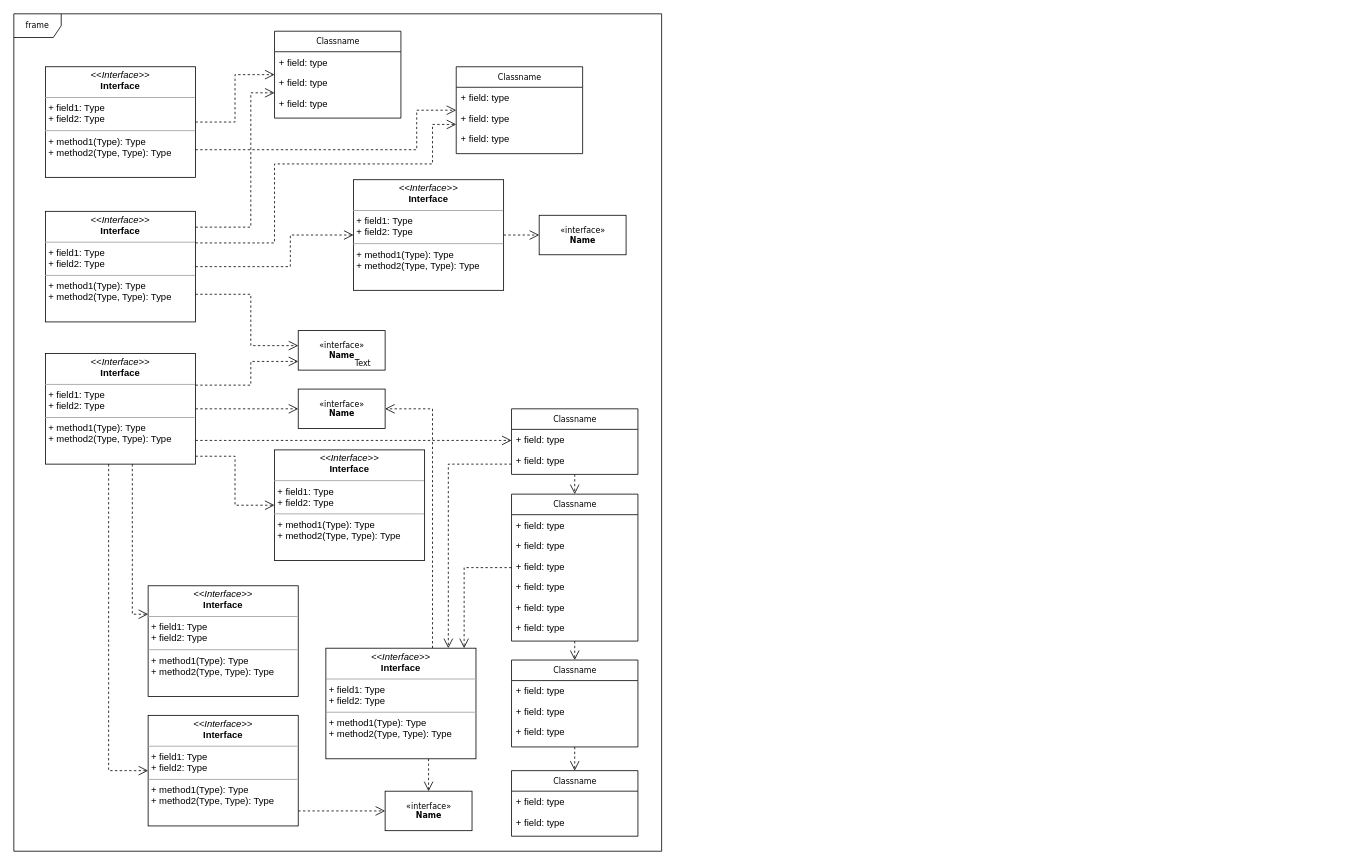
Above: Classdiagram.drawio in dnjsrl132/barogrim (draw.io), before the change. Source tidied: cells renumbered, new cells numbered last; positions are measured from the earlier drawing's top-left corner, leaving out a move shared by most shapes. Both pictures are drawn from the tidied source at 79%, with x=0, y=0 at pixel (13, 13).
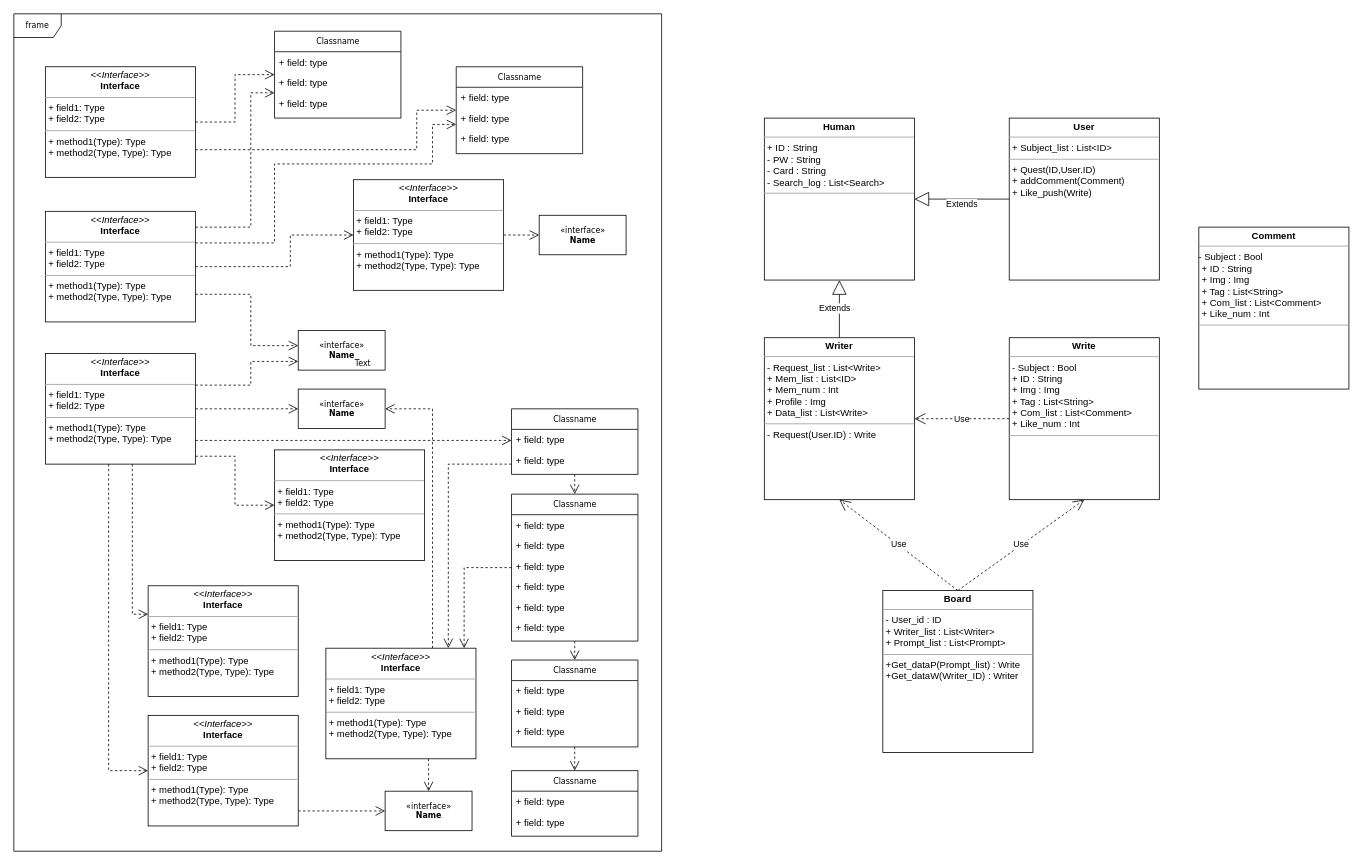
Above is the later version.

Diff of the diagram source:
```diff
@@
+    <mxCell id="62" value="&lt;p style=&quot;margin:0px;margin-top:4px;text-align:center;&quot;&gt;&lt;b&gt;Human&lt;/b&gt;&lt;/p&gt;&lt;hr size=&quot;1&quot;&gt;&lt;p style=&quot;margin:0px;margin-left:4px;&quot;&gt;&lt;span style=&quot;background-color: initial;&quot;&gt;+ ID : String&lt;/span&gt;&lt;br&gt;&lt;/p&gt;&lt;p style=&quot;margin:0px;margin-left:4px;&quot;&gt;- PW : String&lt;/p&gt;&lt;p style=&quot;margin:0px;margin-left:4px;&quot;&gt;- Card : String&lt;/p&gt;&lt;p style=&quot;margin:0px;margin-left:4px;&quot;&gt;- Search_log : List&amp;lt;Search&amp;gt;&lt;/p&gt;&lt;hr size=&quot;1&quot;&gt;&lt;p style=&quot;margin:0px;margin-left:4px;&quot;&gt;&lt;br&gt;&lt;/p&gt;" style="verticalAlign=top;align=left;overflow=fill;fontSize=12;fontFamily=Helvetica;html=1;rounded=0;shadow=0;comic=0;labelBackgroundColor=none;strokeWidth=1;" parent="1" vertex="1">
+      <mxGeometry x="950" y="132" width="190" height="205" as="geometry" />
+    </mxCell>
+    <mxCell id="63" value="&lt;p style=&quot;margin:0px;margin-top:4px;text-align:center;&quot;&gt;&lt;b&gt;User&lt;/b&gt;&lt;/p&gt;&lt;hr size=&quot;1&quot;&gt;&lt;p style=&quot;margin:0px;margin-left:4px;&quot;&gt;&lt;span style=&quot;background-color: initial;&quot;&gt;+ Subject_list : List&amp;lt;ID&amp;gt;&lt;/span&gt;&lt;br&gt;&lt;/p&gt;&lt;hr size=&quot;1&quot;&gt;&lt;p style=&quot;margin:0px;margin-left:4px;&quot;&gt;+ Quest(ID,User.ID)&lt;/p&gt;&lt;p style=&quot;margin:0px;margin-left:4px;&quot;&gt;+ addComment(Comment)&lt;/p&gt;&lt;p style=&quot;margin:0px;margin-left:4px;&quot;&gt;+ Like_push(Write)&lt;/p&gt;&lt;p style=&quot;margin:0px;margin-left:4px;&quot;&gt;&lt;br&gt;&lt;/p&gt;" style="verticalAlign=top;align=left;overflow=fill;fontSize=12;fontFamily=Helvetica;html=1;rounded=0;shadow=0;comic=0;labelBackgroundColor=none;strokeWidth=1;" parent="1" vertex="1">
+      <mxGeometry x="1260" y="132" width="190" height="205" as="geometry" />
+    </mxCell>
+    <mxCell id="64" value="&lt;p style=&quot;margin:0px;margin-top:4px;text-align:center;&quot;&gt;&lt;b&gt;Writer&lt;/b&gt;&lt;/p&gt;&lt;hr size=&quot;1&quot;&gt;&lt;p style=&quot;margin:0px;margin-left:4px;&quot;&gt;&lt;span style=&quot;background-color: initial;&quot;&gt;- Request_list : List&amp;lt;Write&amp;gt;&lt;/span&gt;&lt;/p&gt;&lt;p style=&quot;margin:0px;margin-left:4px;&quot;&gt;&lt;span style=&quot;background-color: initial;&quot;&gt;+ Mem_list : List&amp;lt;ID&amp;gt;&lt;/span&gt;&lt;/p&gt;&lt;p style=&quot;margin:0px;margin-left:4px;&quot;&gt;&lt;span style=&quot;background-color: initial;&quot;&gt;+ Mem_num : Int&lt;/span&gt;&lt;/p&gt;&lt;p style=&quot;margin:0px;margin-left:4px;&quot;&gt;&lt;span style=&quot;background-color: initial;&quot;&gt;+ Profile : Img&lt;/span&gt;&lt;/p&gt;&lt;p style=&quot;margin:0px;margin-left:4px;&quot;&gt;&lt;span style=&quot;background-color: initial;&quot;&gt;+ Data_list : List&amp;lt;Write&amp;gt;&lt;/span&gt;&lt;/p&gt;&lt;hr size=&quot;1&quot;&gt;&lt;p style=&quot;margin:0px;margin-left:4px;&quot;&gt;- Request(User.ID) : Write&lt;/p&gt;&lt;p style=&quot;margin:0px;margin-left:4px;&quot;&gt;&lt;br&gt;&lt;/p&gt;&lt;p style=&quot;margin:0px;margin-left:4px;&quot;&gt;&lt;br&gt;&lt;/p&gt;" style="verticalAlign=top;align=left;overflow=fill;fontSize=12;fontFamily=Helvetica;html=1;rounded=0;shadow=0;comic=0;labelBackgroundColor=none;strokeWidth=1;" parent="1" vertex="1">
+      <mxGeometry x="950" y="410" width="190" height="205" as="geometry" />
+    </mxCell>
+    <mxCell id="65" value="&lt;p style=&quot;margin:0px;margin-top:4px;text-align:center;&quot;&gt;&lt;b&gt;Write&lt;/b&gt;&lt;/p&gt;&lt;hr size=&quot;1&quot;&gt;&lt;p style=&quot;margin:0px;margin-left:4px;&quot;&gt;&lt;span style=&quot;background-color: initial;&quot;&gt;- Subject : Bool&lt;/span&gt;&lt;/p&gt;&lt;p style=&quot;margin:0px;margin-left:4px;&quot;&gt;&lt;span style=&quot;background-color: initial;&quot;&gt;+ ID : String&lt;/span&gt;&lt;/p&gt;&lt;p style=&quot;margin:0px;margin-left:4px;&quot;&gt;+ Img : Img&lt;/p&gt;&lt;p style=&quot;margin:0px;margin-left:4px;&quot;&gt;+ Tag : List&amp;lt;String&amp;gt;&lt;/p&gt;&lt;p style=&quot;margin:0px;margin-left:4px;&quot;&gt;+ Com_list : List&amp;lt;Comment&amp;gt;&lt;/p&gt;&lt;p style=&quot;margin:0px;margin-left:4px;&quot;&gt;+ Like_num : Int&lt;br&gt;&lt;/p&gt;&lt;hr size=&quot;1&quot;&gt;&lt;p style=&quot;margin:0px;margin-left:4px;&quot;&gt;&lt;br&gt;&lt;/p&gt;" style="verticalAlign=top;align=left;overflow=fill;fontSize=12;fontFamily=Helvetica;html=1;rounded=0;shadow=0;comic=0;labelBackgroundColor=none;strokeWidth=1;" parent="1" vertex="1">
+      <mxGeometry x="1260" y="410" width="190" height="205" as="geometry" />
+    </mxCell>
+    <mxCell id="66" value="&lt;p style=&quot;margin:0px;margin-top:4px;text-align:center;&quot;&gt;&lt;b&gt;Board&lt;/b&gt;&lt;/p&gt;&lt;hr size=&quot;1&quot;&gt;&lt;p style=&quot;margin:0px;margin-left:4px;&quot;&gt;&lt;span style=&quot;background-color: initial;&quot;&gt;- User_id : ID&lt;/span&gt;&lt;/p&gt;&lt;p style=&quot;margin:0px;margin-left:4px;&quot;&gt;+ Writer_list : List&amp;lt;Writer&amp;gt;&lt;/p&gt;&lt;p style=&quot;margin:0px;margin-left:4px;&quot;&gt;+ Prompt_list : List&amp;lt;Prompt&amp;gt;&lt;/p&gt;&lt;hr size=&quot;1&quot;&gt;&lt;p style=&quot;margin:0px;margin-left:4px;&quot;&gt;+Get_dataP(Prompt_list) : Write&lt;/p&gt;&lt;p style=&quot;margin:0px;margin-left:4px;&quot;&gt;+Get_dataW(Writer_ID) : Writer&lt;/p&gt;" style="verticalAlign=top;align=left;overflow=fill;fontSize=12;fontFamily=Helvetica;html=1;rounded=0;shadow=0;comic=0;labelBackgroundColor=none;strokeWidth=1;" parent="1" vertex="1">
+      <mxGeometry x="1100" y="730" width="190" height="205" as="geometry" />
+    </mxCell>
+    <mxCell id="67" value="Use" style="endArrow=open;endSize=12;dashed=1;html=1;rounded=0;exitX=0;exitY=0.5;exitDx=0;exitDy=0;" parent="1" edge="1" source="65" target="64">
+      <mxGeometry relative="1" as="geometry" />
+    </mxCell>
+    <mxCell id="68" value="Use" style="endArrow=open;endSize=12;dashed=1;html=1;rounded=0;entryX=0.5;entryY=1;entryDx=0;entryDy=0;exitX=0.5;exitY=0;exitDx=0;exitDy=0;" parent="1" edge="1" source="66" target="65">
+      <mxGeometry relative="1" as="geometry" />
+    </mxCell>
+    <mxCell id="69" value="Use" style="endArrow=open;endSize=12;dashed=1;html=1;rounded=0;entryX=0.5;entryY=1;entryDx=0;entryDy=0;exitX=0.5;exitY=0;exitDx=0;exitDy=0;" parent="1" edge="1" source="66" target="64">
+      <mxGeometry relative="1" as="geometry" />
+    </mxCell>
+    <mxCell id="70" value="Extends" style="endArrow=block;endSize=16;endFill=0;html=1;rounded=0;exitX=0;exitY=0.5;exitDx=0;exitDy=0;entryX=1;entryY=0.5;entryDx=0;entryDy=0;" parent="1" edge="1" source="63" target="62">
+      <mxGeometry y="6" relative="1" as="geometry" />
+    </mxCell>
+    <mxCell id="71" value="Extends" style="endArrow=block;endSize=16;endFill=0;html=1;rounded=0;exitX=0.5;exitY=0;exitDx=0;exitDy=0;entryX=0.5;entryY=1;entryDx=0;entryDy=0;" parent="1" edge="1" source="64" target="62">
+      <mxGeometry y="6" relative="1" as="geometry" />
+    </mxCell>
+    <mxCell id="72" value="&lt;p style=&quot;margin:0px;margin-top:4px;text-align:center;&quot;&gt;&lt;b&gt;Comment&lt;/b&gt;&lt;/p&gt;&lt;hr size=&quot;1&quot;&gt;- Subject : Bool&lt;p style=&quot;margin:0px;margin-left:4px;&quot;&gt;&lt;span style=&quot;background-color: initial;&quot;&gt;+ ID : String&lt;/span&gt;&lt;/p&gt;&lt;p style=&quot;margin:0px;margin-left:4px;&quot;&gt;+ Img : Img&lt;/p&gt;&lt;p style=&quot;margin:0px;margin-left:4px;&quot;&gt;+ Tag : List&amp;lt;String&amp;gt;&lt;/p&gt;&lt;p style=&quot;margin:0px;margin-left:4px;&quot;&gt;+ Com_list : List&amp;lt;Comment&amp;gt;&lt;/p&gt;&lt;p style=&quot;margin:0px;margin-left:4px;&quot;&gt;+ Like_num : Int&lt;br&gt;&lt;/p&gt;&lt;hr size=&quot;1&quot;&gt;&lt;p style=&quot;margin:0px;margin-left:4px;&quot;&gt;&lt;br&gt;&lt;/p&gt;" style="verticalAlign=top;align=left;overflow=fill;fontSize=12;fontFamily=Helvetica;html=1;rounded=0;shadow=0;comic=0;labelBackgroundColor=none;strokeWidth=1;" parent="1" vertex="1">
+      <mxGeometry x="1500" y="270" width="190" height="205" as="geometry" />
+    </mxCell>
```
